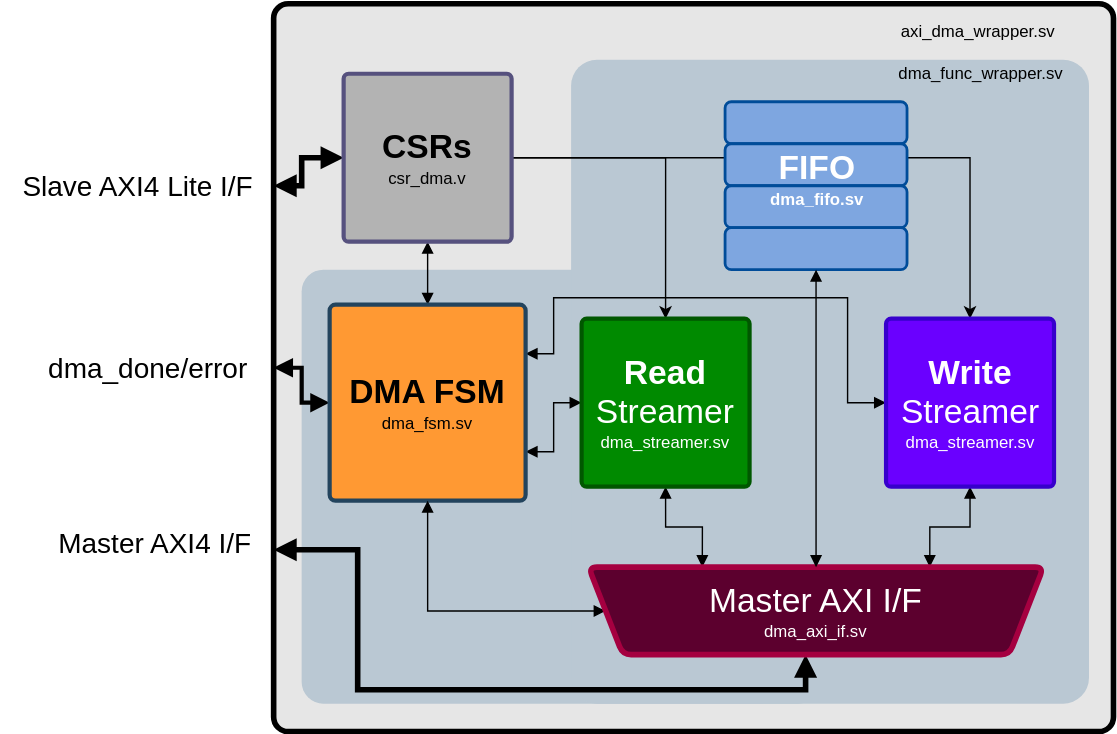
Above: docs/axi_dma.drawio.svg in aignacio/axi_dma (draw.io), before the change. Source tidied: cells renumbered, new cells last; positions are measured from the earlier drawing's top-left corner, leaving out a move shared by most shapes.
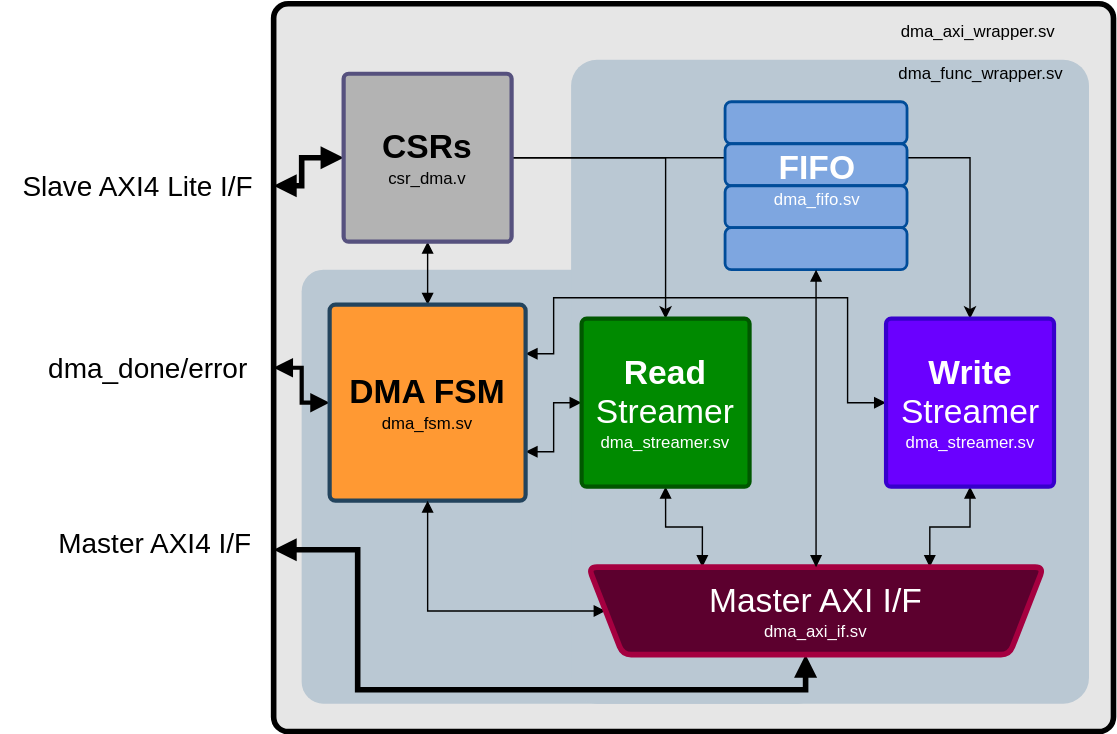
Later version of the same file.

Commit message:
Changed wrapper name of axi wrapper

Change to the diagram source:
```diff
@@ -85,7 +85,7 @@
     <mxCell id="24" style="rounded=1;whiteSpace=wrap;html=1;fontSize=12;fontColor=#000000;strokeColor=#004C99;strokeWidth=2;fillColor=#7EA6E0;fontStyle=1;" parent="20" vertex="1">
       <mxGeometry y="90" width="130" height="30" as="geometry" />
     </mxCell>
-    <mxCell id="25" value="&lt;font style=&quot;&quot;&gt;&lt;b&gt;&lt;font color=&quot;#ffffff&quot;&gt;&lt;span style=&quot;font-size: 24px;&quot;&gt;FIFO&lt;/span&gt;&lt;br&gt;&lt;font style=&quot;font-size: 12px;&quot;&gt;dma_fifo.sv&lt;/font&gt;&lt;/font&gt;&lt;/b&gt;&lt;br&gt;&lt;/font&gt;" style="text;html=1;align=center;verticalAlign=middle;strokeColor=none;fillColor=none;fontSize=12;fontColor=#000000;strokeWidth=4;" parent="20" vertex="1">
+    <mxCell id="25" value="&lt;font style=&quot;&quot;&gt;&lt;font style=&quot;&quot; color=&quot;#ffffff&quot;&gt;&lt;span style=&quot;font-weight: bold; font-size: 24px;&quot;&gt;FIFO&lt;/span&gt;&lt;br&gt;&lt;font style=&quot;font-size: 12px;&quot;&gt;dma_fifo.sv&lt;/font&gt;&lt;/font&gt;&lt;br&gt;&lt;/font&gt;" style="text;html=1;align=center;verticalAlign=middle;strokeColor=none;fillColor=none;fontSize=12;fontColor=#000000;strokeWidth=4;" parent="20" vertex="1">
       <mxGeometry x="25" y="35" width="80" height="40" as="geometry" />
     </mxCell>
     <mxCell id="26" style="edgeStyle=orthogonalEdgeStyle;rounded=0;jettySize=auto;html=1;entryX=0.5;entryY=1;entryDx=0;entryDy=0;fontSize=12;fontColor=#FFFFFF;startArrow=block;startFill=1;endArrow=block;endFill=1;" parent="1" edge="1" source="28" target="15">
@@ -106,7 +106,7 @@
     <mxCell id="29" style="edgeStyle=orthogonalEdgeStyle;rounded=0;jettySize=auto;html=1;exitX=0.5;exitY=1;exitDx=0;exitDy=0;fontSize=12;fontColor=#FFFFFF;endArrow=block;endFill=1;startArrow=block;startFill=1;" parent="1" edge="1" source="24" target="28">
       <mxGeometry relative="1" as="geometry" />
     </mxCell>
-    <mxCell id="30" value="&lt;font color=&quot;#000000&quot;&gt;axi_dma_wrapper.sv&lt;/font&gt;" style="text;html=1;align=center;verticalAlign=middle;strokeColor=none;fillColor=none;fontSize=12;fontColor=#FFFFFF;" parent="1" vertex="1">
+    <mxCell id="30" value="&lt;font color=&quot;#000000&quot;&gt;dma_axi_wrapper.sv&lt;/font&gt;" style="text;html=1;align=center;verticalAlign=middle;strokeColor=none;fillColor=none;fontSize=12;fontColor=#FFFFFF;" parent="1" vertex="1">
       <mxGeometry x="632.5" y="10" width="130" height="20" as="geometry" />
     </mxCell>
     <mxCell id="31" value="&lt;font color=&quot;#000000&quot; style=&quot;font-size: 20px;&quot;&gt;dma_done/error&lt;/font&gt;" style="text;html=1;align=center;verticalAlign=middle;strokeColor=none;fillColor=none;fontSize=12;fontColor=#BAC8D3;" parent="1" vertex="1">
```
